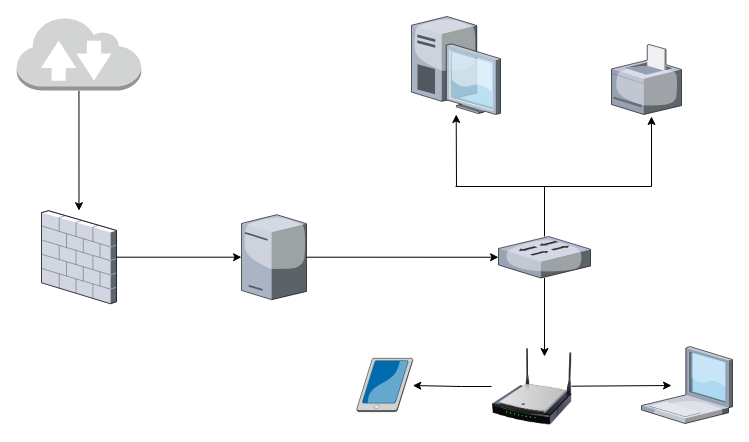
Before: page "Trang-2" (6 of 6) of Biểu đồ không có tiêu đề.drawio in thdngh/jdz, a draw.io diagram. Source tidied: cells renumbered, new cells numbered last; positions are measured from the earlier drawing's top-left corner, leaving out a move shared by most shapes. Both pictures are drawn from the tidied source at 100%, with x=0, y=0 at pixel (16, 16).
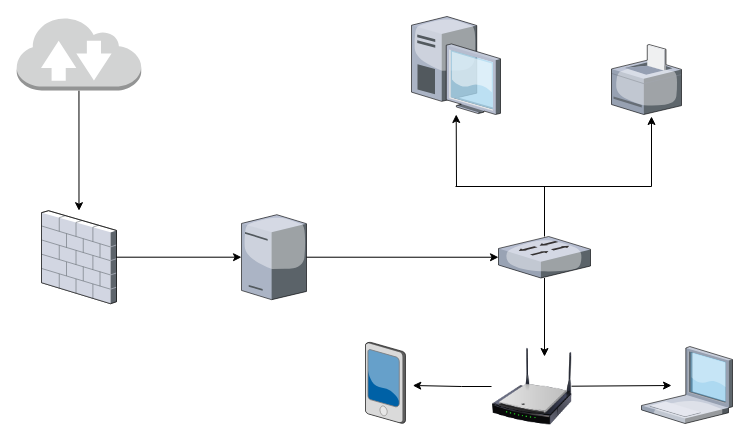
After the change.

Unchanged cells that the change refers to:
```xml
<mxCell id="19" style="image;html=1;image=img/lib/clip_art/networking/Wireless_Router_N_128x128.png;fillColor=none;flipV=0;flipH=1;" parent="1" vertex="1">
  <mxGeometry x="475" y="330" width="80" height="80" as="geometry" />
</mxCell>
```

Change to the diagram source:
```diff
@@
-    <mxCell id="8" style="verticalLabelPosition=bottom;sketch=0;html=1;verticalAlign=top;strokeColor=none;align=center;outlineConnect=0;shape=mxgraph.citrix.tablet_2;fillColor=none;rotation=90;" parent="1" vertex="1">
-      <mxGeometry x="341.6" y="340.5" width="53.4" height="56" as="geometry" />
-    </mxCell>
@@
-    <mxCell id="13" style="endArrow=classic;html=1;rounded=0;" parent="1" edge="1" source="19" target="8">
+    <mxCell id="13" style="endArrow=classic;html=1;rounded=0;" parent="1" edge="1" source="19">
       <mxGeometry relative="1" as="geometry">
+        <mxPoint x="396.3" y="369" as="targetPoint" />
         <Array as="points">
           <mxPoint x="445" y="370" />
         </Array>
       </mxGeometry>
     </mxCell>
@@
+    <mxCell id="21" style="verticalLabelPosition=bottom;sketch=0;html=1;verticalAlign=top;strokeColor=none;align=center;shape=mxgraph.citrix.pda;fillColor=none;" parent="1" vertex="1">
+      <mxGeometry x="349" y="325.7" width="40" height="81.3" as="geometry" />
+    </mxCell>
```
